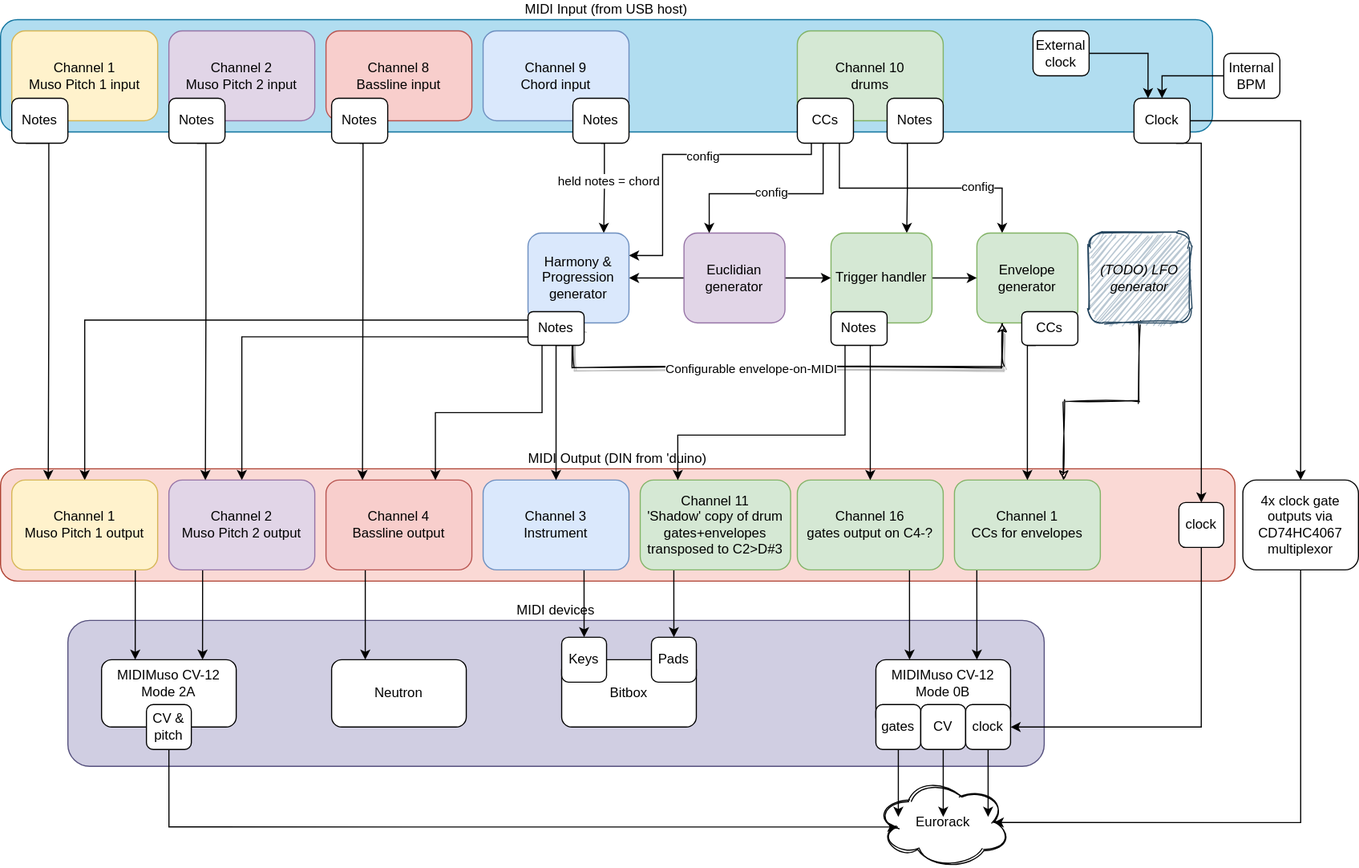
Above: drum2musocv_routing_diagram.svg in doctea/drum2musocv (draw.io), before the change. Source tidied: cells renumbered, new cells last; positions are measured from the earlier drawing's top-left corner, leaving out a move shared by most shapes.
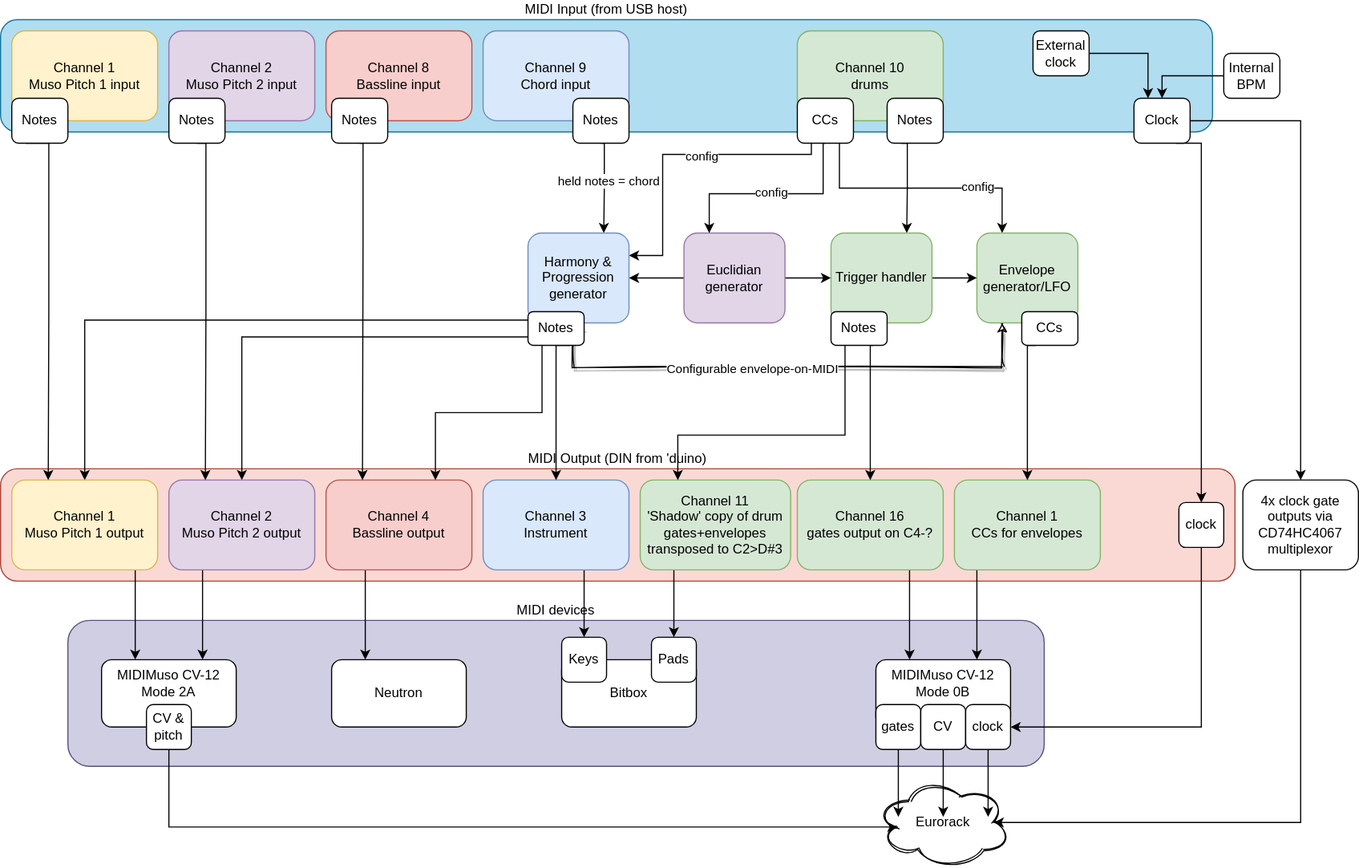
After the commit.

What changed in the source:
```diff
@@ -162,7 +162,7 @@
     <mxCell id="36" value="Harmony &amp;amp; Progression generator" style="rounded=1;whiteSpace=wrap;html=1;fillColor=#dae8fc;strokeColor=#6c8ebf;" parent="1" vertex="1">
       <mxGeometry x="470" y="190" width="90" height="80" as="geometry" />
     </mxCell>
-    <mxCell id="37" value="Envelope generator" style="rounded=1;whiteSpace=wrap;html=1;fillColor=#d5e8d4;strokeColor=#82b366;" parent="1" vertex="1">
+    <mxCell id="37" value="Envelope generator/LFO" style="rounded=1;whiteSpace=wrap;html=1;fillColor=#d5e8d4;strokeColor=#82b366;" parent="1" vertex="1">
       <mxGeometry x="870" y="190" width="90" height="80" as="geometry" />
     </mxCell>
     <mxCell id="38" style="edgeStyle=orthogonalEdgeStyle;rounded=0;jettySize=auto;html=1;exitX=1;exitY=0.5;exitDx=0;exitDy=0;entryX=0;entryY=0.5;entryDx=0;entryDy=0;" parent="1" edge="1" source="39" target="37">
@@ -269,12 +269,6 @@
     <mxCell id="62" value="Keys" style="rounded=1;whiteSpace=wrap;html=1;" parent="1" vertex="1">
       <mxGeometry x="500" y="550" width="40" height="40" as="geometry" />
     </mxCell>
-    <mxCell id="63" style="edgeStyle=orthogonalEdgeStyle;rounded=0;jettySize=auto;html=1;exitX=0.5;exitY=1;exitDx=0;exitDy=0;entryX=0.75;entryY=0;entryDx=0;entryDy=0;sketch=1;" parent="1" edge="1" source="64" target="14">
-      <mxGeometry relative="1" as="geometry" />
-    </mxCell>
-    <mxCell id="64" value="(TODO) LFO generator" style="rounded=1;whiteSpace=wrap;html=1;fillColor=#bac8d3;strokeColor=#23445d;fontStyle=2;sketch=1;" parent="1" vertex="1">
-      <mxGeometry x="970" y="190" width="90" height="80" as="geometry" />
-    </mxCell>
     <mxCell id="65" style="edgeStyle=orthogonalEdgeStyle;rounded=0;jettySize=auto;html=1;exitX=1;exitY=0.5;exitDx=0;exitDy=0;entryX=0.5;entryY=0;entryDx=0;entryDy=0;" parent="1" edge="1" source="67" target="69">
       <mxGeometry relative="1" as="geometry" />
     </mxCell>
```
